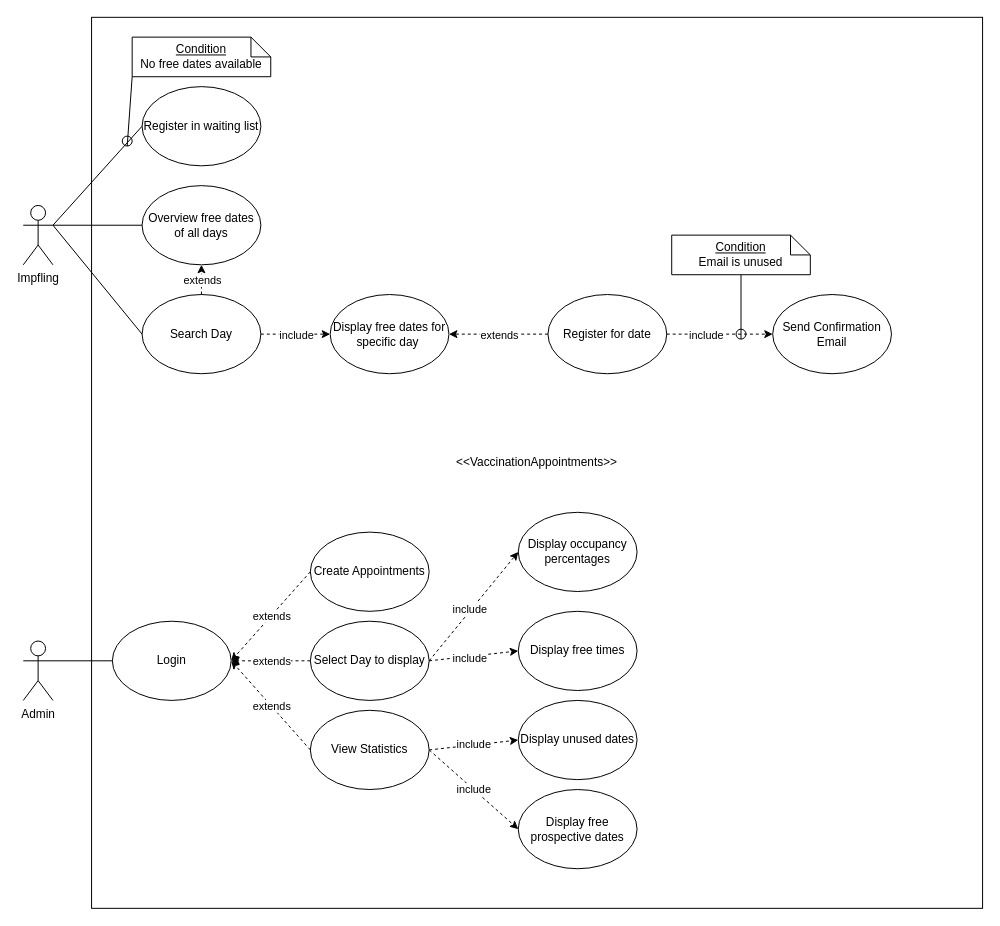
Above: UML/VAUseCaseDiagram.drawio in CalvinDO/SoftwareDesignEndabgabe (draw.io), before the change. Source tidied: cells renumbered, new cells numbered last; positions are measured from the earlier drawing's top-left corner, leaving out a move shared by most shapes. Both pictures are drawn from the tidied source at 99%, with x=0, y=0 at pixel (23, 17).
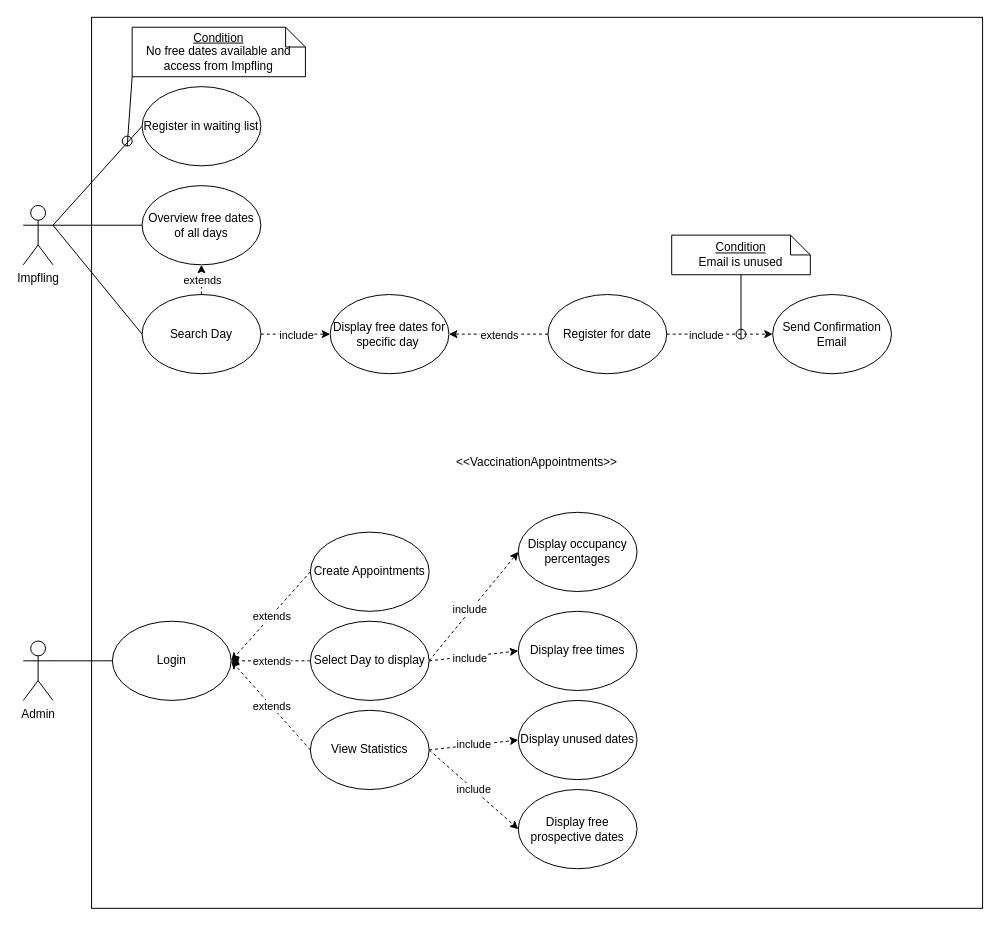
The same diagram, later.

Change to the diagram source:
```diff
@@
-    <mxCell id="36" value="&lt;u&gt;Condition&lt;/u&gt;&lt;br&gt;No free dates available" style="shape=note;size=20;whiteSpace=wrap;html=1;fillColor=none;" parent="1" vertex="1">
-      <mxGeometry x="110" y="20" width="140" height="40" as="geometry" />
+    <mxCell id="36" value="&lt;u&gt;Condition&lt;/u&gt;&lt;br&gt;No free dates available and access from Impfling" style="shape=note;size=20;whiteSpace=wrap;html=1;fillColor=none;" parent="1" vertex="1">
+      <mxGeometry x="110" y="10" width="175" height="50" as="geometry" />
     </mxCell>
```
